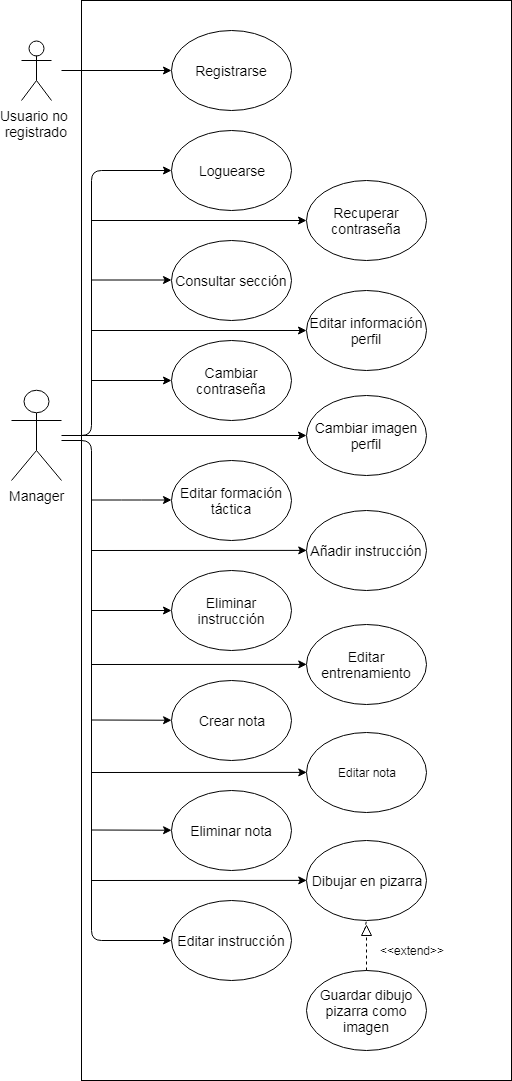
Earlier version of the draw.io export Documentacion/casosdeuso.png (DylanSoler/ProyectoDAM). Source tidied: cells renumbered, new cells last; positions are measured from the earlier drawing's top-left corner, leaving out a move shared by most shapes.
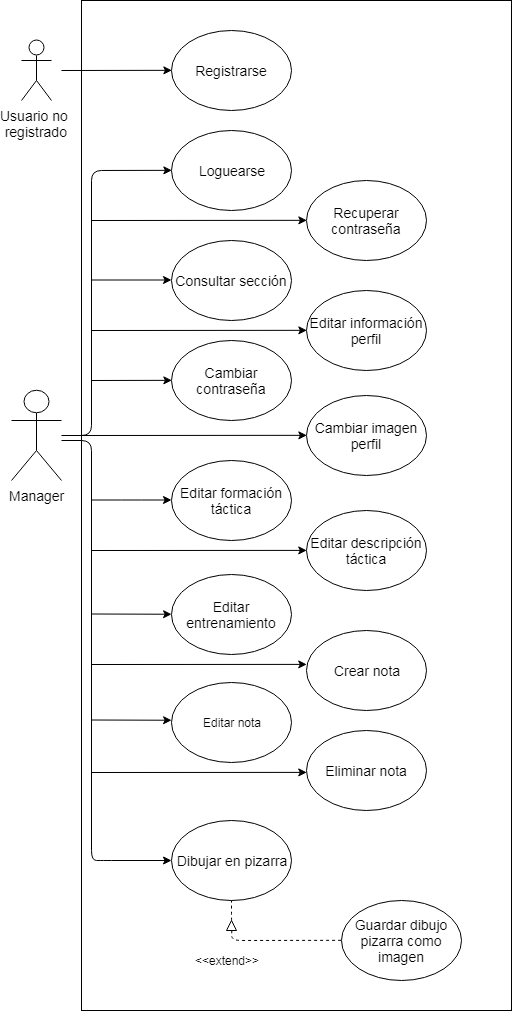
The same file after the commit.

The edit, as a diff of the source:
```diff
@@ -3,7 +3,7 @@
     <mxCell id="0" />
     <mxCell id="1" parent="0" />
     <mxCell id="2" style="rounded=0;whiteSpace=wrap;html=1;" parent="1" vertex="1">
-      <mxGeometry x="70" width="430" height="1080" as="geometry" />
+      <mxGeometry x="70" width="430" height="1010" as="geometry" />
     </mxCell>
     <mxCell id="3" value="&lt;font style=&quot;font-size: 14px&quot;&gt;Usuario no &lt;br&gt;registrado&lt;/font&gt;" style="shape=umlActor;verticalLabelPosition=bottom;labelBackgroundColor=#ffffff;verticalAlign=top;html=1;" parent="1" vertex="1">
       <mxGeometry x="10" y="40" width="30" height="60" as="geometry" />
@@ -35,30 +35,24 @@
     <mxCell id="12" value="&lt;font style=&quot;font-size: 14px&quot;&gt;Editar formación táctica&lt;/font&gt;" style="ellipse;whiteSpace=wrap;html=1;" parent="1" vertex="1">
       <mxGeometry x="160" y="460" width="120" height="80" as="geometry" />
     </mxCell>
-    <mxCell id="13" value="&lt;font style=&quot;font-size: 14px&quot;&gt;Añadir instrucción&lt;/font&gt;" style="ellipse;whiteSpace=wrap;html=1;" parent="1" vertex="1">
+    <mxCell id="13" value="&lt;font style=&quot;font-size: 14px&quot;&gt;Editar descripción táctica&lt;/font&gt;" style="ellipse;whiteSpace=wrap;html=1;" parent="1" vertex="1">
       <mxGeometry x="295" y="510" width="120" height="80" as="geometry" />
     </mxCell>
     <mxCell id="14" value="&lt;font style=&quot;font-size: 14px&quot;&gt;Editar entrenamiento&lt;/font&gt;" style="ellipse;whiteSpace=wrap;html=1;" parent="1" vertex="1">
-      <mxGeometry x="295" y="624" width="120" height="80" as="geometry" />
+      <mxGeometry x="160" y="574" width="120" height="80" as="geometry" />
     </mxCell>
     <mxCell id="15" value="Editar nota" style="ellipse;whiteSpace=wrap;html=1;" parent="1" vertex="1">
-      <mxGeometry x="295" y="732" width="120" height="80" as="geometry" />
+      <mxGeometry x="160" y="682" width="120" height="80" as="geometry" />
     </mxCell>
-    <mxCell id="16" value="&lt;font style=&quot;font-size: 14px&quot;&gt;Eliminar instrucción&lt;/font&gt;" style="ellipse;whiteSpace=wrap;html=1;" parent="1" vertex="1">
-      <mxGeometry x="160" y="570" width="120" height="80" as="geometry" />
-    </mxCell>
     <mxCell id="17" value="&lt;font style=&quot;font-size: 14px&quot;&gt;Crear nota&lt;/font&gt;" style="ellipse;whiteSpace=wrap;html=1;" parent="1" vertex="1">
-      <mxGeometry x="160" y="680" width="120" height="80" as="geometry" />
+      <mxGeometry x="295" y="630" width="120" height="80" as="geometry" />
     </mxCell>
     <mxCell id="18" value="&lt;font style=&quot;font-size: 14px&quot;&gt;Eliminar nota&lt;/font&gt;" style="ellipse;whiteSpace=wrap;html=1;" parent="1" vertex="1">
-      <mxGeometry x="160" y="790" width="120" height="80" as="geometry" />
+      <mxGeometry x="295" y="730" width="120" height="80" as="geometry" />
     </mxCell>
     <mxCell id="19" value="&lt;font style=&quot;font-size: 14px&quot;&gt;Dibujar en pizarra&lt;/font&gt;" style="ellipse;whiteSpace=wrap;html=1;" parent="1" vertex="1">
-      <mxGeometry x="295" y="840" width="120" height="80" as="geometry" />
+      <mxGeometry x="160" y="820" width="120" height="80" as="geometry" />
     </mxCell>
-    <mxCell id="20" value="&lt;font style=&quot;font-size: 14px&quot;&gt;Editar instrucción&lt;/font&gt;" style="ellipse;whiteSpace=wrap;html=1;" parent="1" vertex="1">
-      <mxGeometry x="160" y="900" width="120" height="80" as="geometry" />
-    </mxCell>
     <mxCell id="21" style="endArrow=classic;html=1;entryX=0;entryY=0.5;entryDx=0;entryDy=0;" parent="1" edge="1" target="5">
       <mxGeometry relative="1" as="geometry">
         <mxPoint x="50" y="70" as="sourcePoint" />
@@ -92,12 +86,13 @@
         <mxPoint x="80" y="380" as="sourcePoint" />
       </mxGeometry>
     </mxCell>
-    <mxCell id="27" style="endArrow=classic;html=1;entryX=0;entryY=0.5;entryDx=0;entryDy=0;" parent="1" edge="1" target="20">
+    <mxCell id="27" style="endArrow=classic;html=1;" parent="1" edge="1" target="19">
       <mxGeometry relative="1" as="geometry">
         <mxPoint x="50" y="440" as="sourcePoint" />
         <Array as="points">
           <mxPoint x="80" y="440" />
-          <mxPoint x="80" y="940" />
+          <mxPoint x="80" y="860" />
+          <mxPoint x="90" y="860" />
         </Array>
       </mxGeometry>
     </mxCell>
@@ -119,17 +114,6 @@
         <mxPoint x="295.2" y="771.9" as="targetPoint" />
       </mxGeometry>
     </mxCell>
-    <mxCell id="31" style="endArrow=classic;html=1;entryX=0;entryY=0.5;entryDx=0;entryDy=0;" parent="1" edge="1">
-      <mxGeometry relative="1" as="geometry">
-        <mxPoint x="80" y="880" as="sourcePoint" />
-        <mxPoint x="295.2" y="879.9" as="targetPoint" />
-      </mxGeometry>
-    </mxCell>
-    <mxCell id="32" style="endArrow=classic;html=1;entryX=0;entryY=0.5;entryDx=0;entryDy=0;" parent="1" edge="1" target="16">
-      <mxGeometry relative="1" as="geometry">
-        <mxPoint x="80" y="610" as="sourcePoint" />
-      </mxGeometry>
-    </mxCell>
     <mxCell id="33" style="endArrow=classic;html=1;entryX=0;entryY=0.5;entryDx=0;entryDy=0;" parent="1" edge="1">
       <mxGeometry relative="1" as="geometry">
         <mxPoint x="80" y="719.5" as="sourcePoint" />
@@ -138,8 +122,8 @@
     </mxCell>
     <mxCell id="34" style="endArrow=classic;html=1;entryX=0;entryY=0.5;entryDx=0;entryDy=0;" parent="1" edge="1">
       <mxGeometry relative="1" as="geometry">
-        <mxPoint x="80" y="829.5" as="sourcePoint" />
-        <mxPoint x="160.1" y="829.7" as="targetPoint" />
+        <mxPoint x="80" y="613.5" as="sourcePoint" />
+        <mxPoint x="160.1" y="613.7" as="targetPoint" />
       </mxGeometry>
     </mxCell>
     <mxCell id="35" style="endArrow=classic;html=1;entryX=0;entryY=0.5;entryDx=0;entryDy=0;" parent="1" edge="1">
@@ -158,19 +142,27 @@
       </mxGeometry>
     </mxCell>
     <mxCell id="37" value="&lt;font style=&quot;font-size: 14px&quot;&gt;Guardar dibujo pizarra como imagen&lt;/font&gt;" style="ellipse;whiteSpace=wrap;html=1;" parent="1" vertex="1">
-      <mxGeometry x="295" y="970" width="120" height="80" as="geometry" />
+      <mxGeometry x="330" y="900" width="120" height="80" as="geometry" />
     </mxCell>
-    <mxCell id="38" style="endArrow=none;dashed=1;html=1;entryX=0.5;entryY=1;entryDx=0;entryDy=0;exitX=0.5;exitY=0;exitDx=0;exitDy=0;" parent="1" edge="1" source="39" target="19">
-      <mxGeometry relative="1" as="geometry" />
-    </mxCell>
-    <mxCell id="39" style="triangle;whiteSpace=wrap;html=1;direction=north;" parent="1" vertex="1">
-      <mxGeometry x="350" y="925" width="10" height="10" as="geometry" />
-    </mxCell>
-    <mxCell id="40" style="endArrow=none;dashed=1;html=1;entryX=0;entryY=0.5;entryDx=0;entryDy=0;exitX=0.5;exitY=0;exitDx=0;exitDy=0;" parent="1" edge="1" source="37" target="39">
-      <mxGeometry relative="1" as="geometry" />
-    </mxCell>
     <mxCell id="41" value="&amp;lt;&amp;lt;extend&amp;gt;&amp;gt;" style="text;html=1;strokeColor=none;fillColor=none;align=center;verticalAlign=middle;whiteSpace=wrap;rounded=0;" parent="1" vertex="1">
-      <mxGeometry x="360" y="940" width="80" height="20" as="geometry" />
+      <mxGeometry x="175" y="950" width="80" height="20" as="geometry" />
     </mxCell>
+    <mxCell id="42" style="triangle;whiteSpace=wrap;html=1;direction=north;" parent="1" vertex="1">
+      <mxGeometry x="215" y="920" width="10" height="10" as="geometry" />
+    </mxCell>
+    <mxCell id="43" style="endArrow=none;dashed=1;html=1;exitX=1;exitY=0.5;exitDx=0;exitDy=0;" parent="1" edge="1" source="42" target="19">
+      <mxGeometry relative="1" as="geometry">
+        <Array as="points">
+          <mxPoint x="220" y="920" />
+        </Array>
+      </mxGeometry>
+    </mxCell>
+    <mxCell id="44" style="endArrow=none;dashed=1;html=1;exitX=0;exitY=0.5;exitDx=0;exitDy=0;entryX=0;entryY=0.5;entryDx=0;entryDy=0;" parent="1" edge="1" source="42" target="37">
+      <mxGeometry relative="1" as="geometry">
+        <Array as="points">
+          <mxPoint x="220" y="940" />
+        </Array>
+      </mxGeometry>
+    </mxCell>
   </root>
 </mxGraphModel>
```
